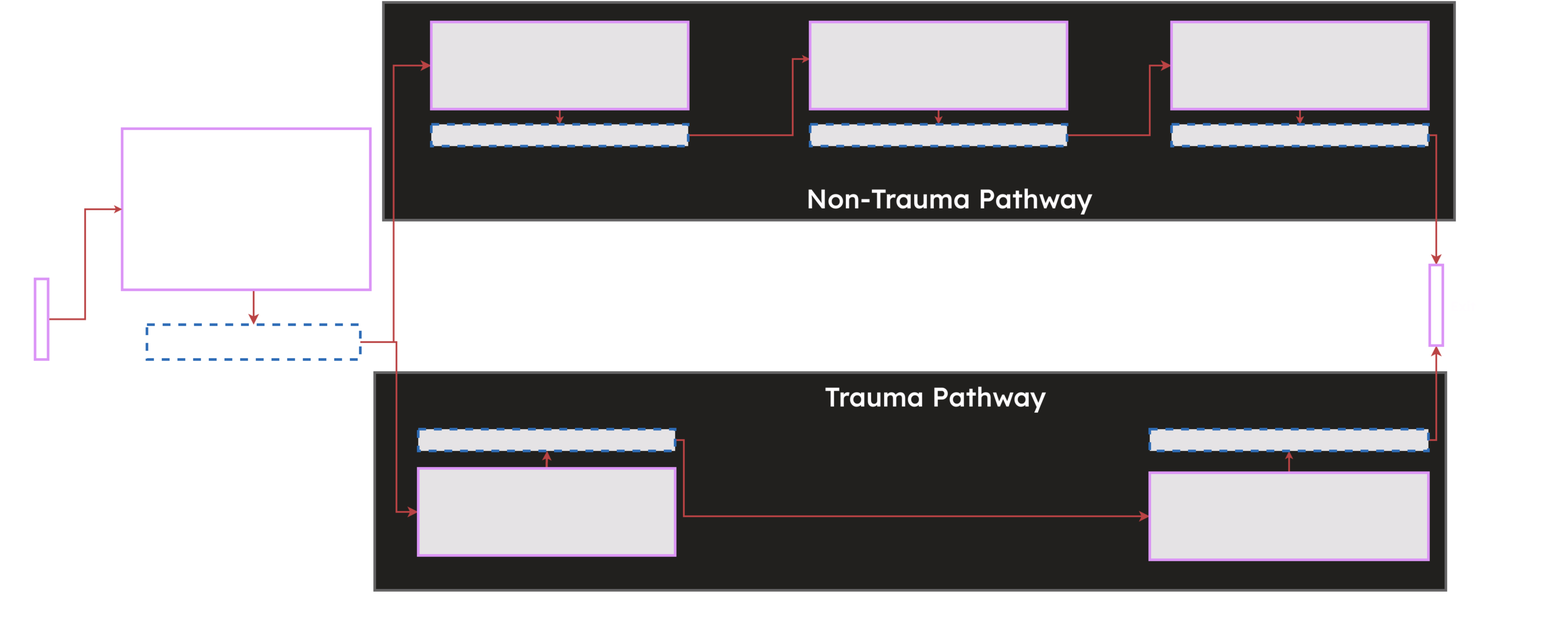
The draw.io diagram resources/Full Model Background Image - Horizontal Layout.drawio.png in hsma-programme/Teaching_DES_Concepts_Streamlit, before a commit. Source tidied: cells renumbered, new cells last; positions are measured from the earlier drawing's top-left corner, leaving out a move shared by most shapes.
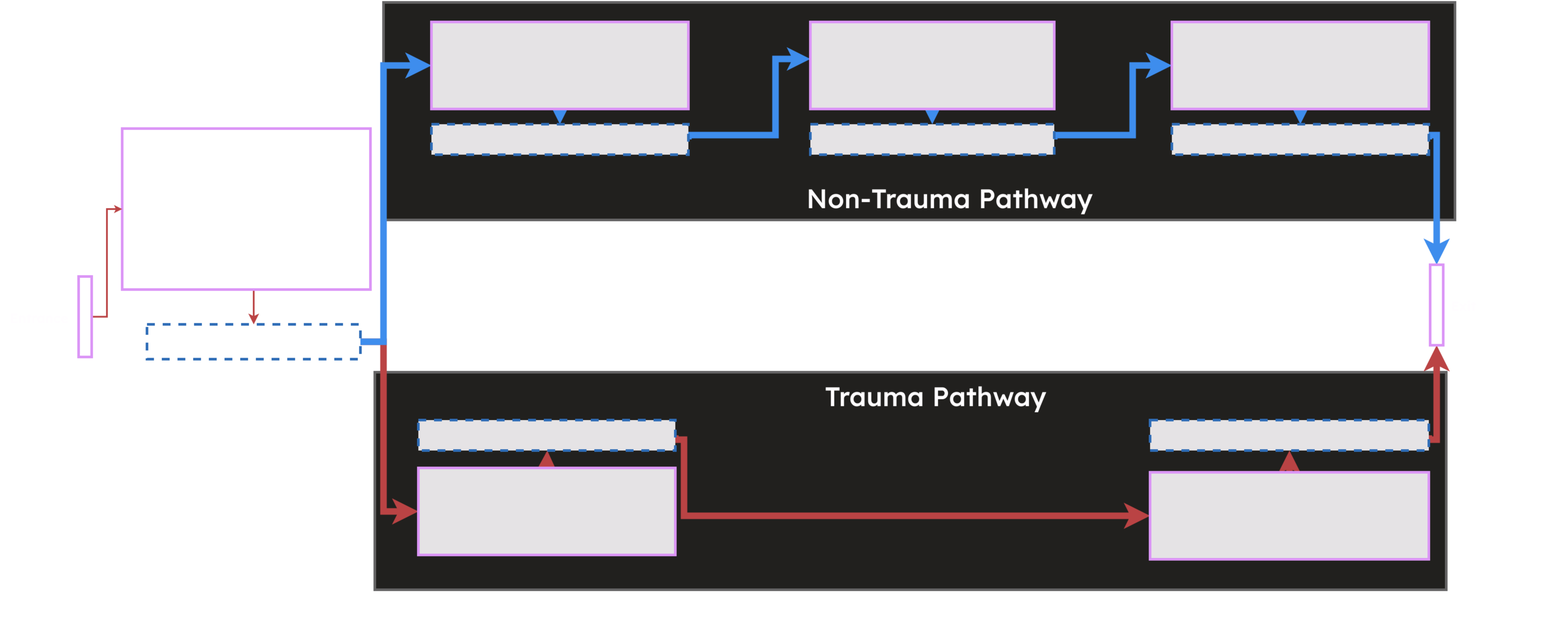
After the commit.

What changed in the source:
```diff
@@ -18,21 +18,26 @@
     <mxCell id="5" style="rounded=0;whiteSpace=wrap;html=1;fillColor=none;strokeColor=#813d9c;strokeWidth=6;" parent="1" vertex="1">
       <mxGeometry x="200" y="290" width="570" height="370" as="geometry" />
     </mxCell>
-    <mxCell id="6" style="edgeStyle=orthogonalEdgeStyle;rounded=0;jettySize=auto;html=1;exitX=1;exitY=0.5;exitDx=0;exitDy=0;entryX=0;entryY=0.5;entryDx=0;entryDy=0;strokeWidth=4;strokeColor=#FF8787;endSize=12;" parent="1" edge="1" source="8" target="10">
+    <mxCell id="6" style="edgeStyle=orthogonalEdgeStyle;rounded=0;jettySize=auto;html=1;exitX=1;exitY=0.5;exitDx=0;exitDy=0;entryX=0;entryY=0.5;entryDx=0;entryDy=0;strokeWidth=15;strokeColor=#FF8787;endSize=12;" parent="1" edge="1" source="8" target="10">
       <mxGeometry relative="1" as="geometry">
         <Array as="points">
-          <mxPoint x="830" y="780" />
-          <mxPoint x="830" y="1170" />
+          <mxPoint x="800" y="780" />
+          <mxPoint x="800" y="1170" />
         </Array>
       </mxGeometry>
     </mxCell>
-    <mxCell id="7" style="edgeStyle=orthogonalEdgeStyle;rounded=0;jettySize=auto;html=1;exitX=1;exitY=0.5;exitDx=0;exitDy=0;entryX=0;entryY=0.5;entryDx=0;entryDy=0;strokeWidth=4;strokeColor=#FF8787;endSize=12;" parent="1" edge="1" source="8" target="23">
-      <mxGeometry relative="1" as="geometry" />
+    <mxCell id="7" style="edgeStyle=orthogonalEdgeStyle;rounded=0;jettySize=auto;html=1;exitX=1;exitY=0.5;exitDx=0;exitDy=0;entryX=0;entryY=0.5;entryDx=0;entryDy=0;strokeWidth=15;strokeColor=#3584e4;endSize=12;" parent="1" edge="1" source="8" target="23">
+      <mxGeometry relative="1" as="geometry">
+        <Array as="points">
+          <mxPoint x="800" y="780" />
+          <mxPoint x="800" y="145" />
+        </Array>
+      </mxGeometry>
     </mxCell>
     <mxCell id="8" style="rounded=0;whiteSpace=wrap;html=1;fillColor=none;strokeColor=#62a0ea;strokeWidth=6;dashed=1;" parent="1" vertex="1">
       <mxGeometry x="257" y="740" width="490" height="80" as="geometry" />
     </mxCell>
-    <mxCell id="9" style="edgeStyle=orthogonalEdgeStyle;rounded=0;jettySize=auto;html=1;exitX=0.5;exitY=0;exitDx=0;exitDy=0;entryX=0.5;entryY=1;entryDx=0;entryDy=0;strokeWidth=5;strokeColor=#FF8787;" parent="1" edge="1" source="10" target="12">
+    <mxCell id="9" style="edgeStyle=orthogonalEdgeStyle;rounded=0;jettySize=auto;html=1;exitX=0.5;exitY=0;exitDx=0;exitDy=0;entryX=0.5;entryY=1;entryDx=0;entryDy=0;strokeWidth=15;strokeColor=#FF8787;" parent="1" edge="1" source="10" target="12">
       <mxGeometry relative="1" as="geometry">
         <Array as="points">
           <mxPoint x="1175" y="1060" />
@@ -43,7 +48,7 @@
     <mxCell id="10" style="rounded=0;whiteSpace=wrap;html=1;fillColor=#1A1A1A;strokeColor=#813d9c;strokeWidth=6;" parent="1" vertex="1">
       <mxGeometry x="880" y="1070" width="590" height="200" as="geometry" />
     </mxCell>
-    <mxCell id="11" style="edgeStyle=orthogonalEdgeStyle;rounded=0;jettySize=auto;html=1;exitX=1;exitY=0.5;exitDx=0;exitDy=0;entryX=0;entryY=0.5;entryDx=0;entryDy=0;strokeWidth=4;strokeColor=#FF8787;endSize=12;" parent="1" edge="1" source="12" target="16">
+    <mxCell id="11" style="edgeStyle=orthogonalEdgeStyle;rounded=0;jettySize=auto;html=1;exitX=1;exitY=0.5;exitDx=0;exitDy=0;entryX=0;entryY=0.5;entryDx=0;entryDy=0;strokeWidth=15;strokeColor=#FF8787;endSize=12;" parent="1" edge="1" source="12" target="16">
       <mxGeometry relative="1" as="geometry">
         <Array as="points">
           <mxPoint x="1490" y="1005" />
@@ -52,21 +57,21 @@
       </mxGeometry>
     </mxCell>
     <mxCell id="12" style="rounded=0;whiteSpace=wrap;html=1;fillColor=#1A1A1A;strokeColor=#62a0ea;strokeWidth=6;dashed=1;" parent="1" vertex="1">
-      <mxGeometry x="880" y="980" width="590" height="50" as="geometry" />
+      <mxGeometry x="880" y="960" width="590" height="70" as="geometry" />
     </mxCell>
     <mxCell id="13" style="edgeStyle=orthogonalEdgeStyle;rounded=0;jettySize=auto;html=1;exitX=1;exitY=0.5;exitDx=0;exitDy=0;entryX=0;entryY=0.5;entryDx=0;entryDy=0;strokeWidth=4;strokeColor=#FF8787;" parent="1" edge="1" source="14" target="5">
       <mxGeometry relative="1" as="geometry" />
     </mxCell>
     <mxCell id="14" style="rounded=0;whiteSpace=wrap;html=1;fillColor=none;strokeColor=#813d9c;strokeWidth=6;" parent="1" vertex="1">
-      <mxGeometry y="635" width="30" height="185" as="geometry" />
+      <mxGeometry x="100" y="630" width="30" height="185" as="geometry" />
     </mxCell>
-    <mxCell id="15" style="edgeStyle=orthogonalEdgeStyle;rounded=0;jettySize=auto;html=1;exitX=0.5;exitY=0;exitDx=0;exitDy=0;entryX=0.5;entryY=1;entryDx=0;entryDy=0;strokeWidth=4;strokeColor=#FF8787;" parent="1" edge="1" source="16" target="18">
+    <mxCell id="15" style="edgeStyle=orthogonalEdgeStyle;rounded=0;jettySize=auto;html=1;exitX=0.5;exitY=0;exitDx=0;exitDy=0;entryX=0.5;entryY=1;entryDx=0;entryDy=0;strokeWidth=15;strokeColor=#FF8787;" parent="1" edge="1" source="16" target="18">
       <mxGeometry relative="1" as="geometry" />
     </mxCell>
     <mxCell id="16" style="rounded=0;whiteSpace=wrap;html=1;fillColor=#1A1A1A;strokeColor=#813d9c;strokeWidth=6;" parent="1" vertex="1">
       <mxGeometry x="2560" y="1080" width="640" height="200" as="geometry" />
     </mxCell>
-    <mxCell id="17" style="edgeStyle=orthogonalEdgeStyle;rounded=0;jettySize=auto;html=1;exitX=1;exitY=0.5;exitDx=0;exitDy=0;entryX=0.5;entryY=1;entryDx=0;entryDy=0;strokeWidth=4;strokeColor=#FF8787;endSize=12;" parent="1" edge="1" source="18" target="33">
+    <mxCell id="17" style="edgeStyle=orthogonalEdgeStyle;rounded=0;jettySize=auto;html=1;exitX=1;exitY=0.5;exitDx=0;exitDy=0;entryX=0.5;entryY=1;entryDx=0;entryDy=0;strokeWidth=15;strokeColor=#FF8787;endSize=12;" parent="1" edge="1" source="18" target="33">
       <mxGeometry relative="1" as="geometry">
         <Array as="points">
           <mxPoint x="3218" y="1005" />
@@ -74,7 +79,7 @@
       </mxGeometry>
     </mxCell>
     <mxCell id="18" style="rounded=0;whiteSpace=wrap;html=1;fillColor=#1A1A1A;strokeColor=#62a0ea;strokeWidth=6;dashed=1;" parent="1" vertex="1">
-      <mxGeometry x="2560" y="980" width="640" height="50" as="geometry" />
+      <mxGeometry x="2560" y="960" width="640" height="70" as="geometry" />
     </mxCell>
     <mxCell id="19" value="&lt;font style=&quot;font-size: 60px;&quot; face=&quot;Lexend&quot;&gt;&lt;b style=&quot;font-size: 60px;&quot;&gt;Non-Trauma Pathway&lt;/b&gt;&lt;br style=&quot;font-size: 60px;&quot;&gt;&lt;/font&gt;" style="text;html=1;strokeColor=none;fillColor=none;align=center;verticalAlign=middle;whiteSpace=wrap;rounded=0;fontSize=60;" parent="1" vertex="1">
       <mxGeometry x="1060" y="440" width="2080" height="30" as="geometry" />
@@ -82,47 +87,47 @@
     <mxCell id="20" value="&lt;font style=&quot;font-size: 60px;&quot;&gt;&lt;b style=&quot;font-size: 60px;&quot;&gt;Trauma Pathway&lt;/b&gt;&lt;br style=&quot;font-size: 60px;&quot;&gt;&lt;/font&gt;" style="text;html=1;strokeColor=none;fillColor=none;align=center;verticalAlign=middle;whiteSpace=wrap;rounded=0;fontSize=60;fontFamily=Lexend;fontSource=https%3A%2F%2Ffonts.googleapis.com%2Fcss%3Ffamily%3DLexend;" parent="1" vertex="1">
       <mxGeometry x="990" y="890" width="2156" height="30" as="geometry" />
     </mxCell>
-    <mxCell id="21" style="edgeStyle=orthogonalEdgeStyle;rounded=0;jettySize=auto;html=1;exitX=1;exitY=0.5;exitDx=0;exitDy=0;entryX=0;entryY=0.425;entryDx=0;entryDy=0;strokeWidth=4;strokeColor=#FF8787;entryPerimeter=0;" parent="1" edge="1" source="24" target="26">
+    <mxCell id="21" style="edgeStyle=orthogonalEdgeStyle;rounded=0;jettySize=auto;html=1;exitX=1;exitY=0.5;exitDx=0;exitDy=0;entryX=0;entryY=0.425;entryDx=0;entryDy=0;strokeWidth=15;strokeColor=#3584e4;entryPerimeter=0;" parent="1" edge="1" source="24" target="26">
       <mxGeometry relative="1" as="geometry">
         <Array as="points">
-          <mxPoint x="1740" y="305" />
-          <mxPoint x="1740" y="130" />
+          <mxPoint x="1700" y="305" />
+          <mxPoint x="1700" y="130" />
         </Array>
       </mxGeometry>
     </mxCell>
-    <mxCell id="22" style="edgeStyle=orthogonalEdgeStyle;rounded=0;jettySize=auto;html=1;exitX=0.5;exitY=1;exitDx=0;exitDy=0;entryX=0.5;entryY=0;entryDx=0;entryDy=0;strokeWidth=4;strokeColor=#FF8787;" parent="1" edge="1" source="23" target="24">
+    <mxCell id="22" style="edgeStyle=orthogonalEdgeStyle;rounded=0;jettySize=auto;html=1;exitX=0.5;exitY=1;exitDx=0;exitDy=0;entryX=0.5;entryY=0;entryDx=0;entryDy=0;strokeWidth=15;strokeColor=#3584e4;" parent="1" edge="1" source="23" target="24">
       <mxGeometry relative="1" as="geometry" />
     </mxCell>
     <mxCell id="23" style="rounded=0;whiteSpace=wrap;html=1;fillColor=#1A1A1A;strokeColor=#813d9c;strokeWidth=6;" parent="1" vertex="1">
       <mxGeometry x="910" y="45" width="590" height="200" as="geometry" />
     </mxCell>
     <mxCell id="24" style="rounded=0;whiteSpace=wrap;html=1;fillColor=#1A1A1A;strokeColor=#62a0ea;strokeWidth=6;dashed=1;" parent="1" vertex="1">
-      <mxGeometry x="910" y="280" width="590" height="50" as="geometry" />
+      <mxGeometry x="910" y="280" width="590" height="70" as="geometry" />
     </mxCell>
-    <mxCell id="25" style="edgeStyle=orthogonalEdgeStyle;rounded=0;jettySize=auto;html=1;exitX=0.5;exitY=1;exitDx=0;exitDy=0;entryX=0.5;entryY=0;entryDx=0;entryDy=0;strokeWidth=4;strokeColor=#FF8787;" parent="1" edge="1" source="26" target="28">
+    <mxCell id="25" style="edgeStyle=orthogonalEdgeStyle;rounded=0;jettySize=auto;html=1;exitX=0.5;exitY=1;exitDx=0;exitDy=0;entryX=0.5;entryY=0;entryDx=0;entryDy=0;strokeWidth=15;strokeColor=#3584e4;" parent="1" edge="1" source="26" target="28">
       <mxGeometry relative="1" as="geometry" />
     </mxCell>
     <mxCell id="26" style="rounded=0;whiteSpace=wrap;html=1;fillColor=#1A1A1A;strokeColor=#813d9c;strokeWidth=6;" parent="1" vertex="1">
-      <mxGeometry x="1780" y="45" width="590" height="200" as="geometry" />
+      <mxGeometry x="1780" y="45" width="560" height="200" as="geometry" />
     </mxCell>
-    <mxCell id="27" style="edgeStyle=orthogonalEdgeStyle;rounded=0;jettySize=auto;html=1;exitX=1;exitY=0.5;exitDx=0;exitDy=0;entryX=0;entryY=0.5;entryDx=0;entryDy=0;strokeWidth=4;strokeColor=#FF8787;endSize=12;" parent="1" edge="1" source="28" target="30">
+    <mxCell id="27" style="edgeStyle=orthogonalEdgeStyle;rounded=0;jettySize=auto;html=1;exitX=1;exitY=0.5;exitDx=0;exitDy=0;entryX=0;entryY=0.5;entryDx=0;entryDy=0;strokeWidth=15;strokeColor=#3584e4;endSize=12;" parent="1" edge="1" source="28" target="30">
       <mxGeometry relative="1" as="geometry">
         <Array as="points">
-          <mxPoint x="2560" y="305" />
-          <mxPoint x="2560" y="145" />
+          <mxPoint x="2520" y="305" />
+          <mxPoint x="2520" y="145" />
         </Array>
       </mxGeometry>
     </mxCell>
     <mxCell id="28" style="rounded=0;whiteSpace=wrap;html=1;fillColor=#1A1A1A;strokeColor=#62a0ea;strokeWidth=6;dashed=1;" parent="1" vertex="1">
-      <mxGeometry x="1780" y="280" width="590" height="50" as="geometry" />
+      <mxGeometry x="1780" y="280" width="560" height="70" as="geometry" />
     </mxCell>
-    <mxCell id="29" style="edgeStyle=orthogonalEdgeStyle;rounded=0;jettySize=auto;html=1;exitX=0.5;exitY=1;exitDx=0;exitDy=0;entryX=0.5;entryY=0;entryDx=0;entryDy=0;strokeWidth=4;strokeColor=#FF8787;" parent="1" edge="1" source="30" target="32">
+    <mxCell id="29" style="edgeStyle=orthogonalEdgeStyle;rounded=0;jettySize=auto;html=1;exitX=0.5;exitY=1;exitDx=0;exitDy=0;entryX=0.5;entryY=0;entryDx=0;entryDy=0;strokeWidth=15;strokeColor=#3584e4;" parent="1" edge="1" source="30" target="32">
       <mxGeometry relative="1" as="geometry" />
     </mxCell>
     <mxCell id="30" style="rounded=0;whiteSpace=wrap;html=1;fillColor=#1A1A1A;strokeColor=#813d9c;strokeWidth=6;" parent="1" vertex="1">
       <mxGeometry x="2610" y="45" width="590" height="200" as="geometry" />
     </mxCell>
-    <mxCell id="31" style="edgeStyle=orthogonalEdgeStyle;rounded=0;jettySize=auto;html=1;exitX=1;exitY=0.5;exitDx=0;exitDy=0;entryX=0.5;entryY=0;entryDx=0;entryDy=0;strokeWidth=4;strokeColor=#FF8787;endSize=12;" parent="1" edge="1" source="32" target="33">
+    <mxCell id="31" style="edgeStyle=orthogonalEdgeStyle;rounded=0;jettySize=auto;html=1;exitX=1;exitY=0.5;exitDx=0;exitDy=0;entryX=0.5;entryY=0;entryDx=0;entryDy=0;strokeWidth=15;strokeColor=#3584e4;endSize=12;" parent="1" edge="1" source="32" target="33">
       <mxGeometry relative="1" as="geometry">
         <Array as="points">
           <mxPoint x="3218" y="305" />
@@ -130,7 +135,7 @@
       </mxGeometry>
     </mxCell>
     <mxCell id="32" style="rounded=0;whiteSpace=wrap;html=1;fillColor=#1A1A1A;strokeColor=#62a0ea;strokeWidth=6;dashed=1;" parent="1" vertex="1">
-      <mxGeometry x="2610" y="280" width="590" height="50" as="geometry" />
+      <mxGeometry x="2610" y="280" width="590" height="70" as="geometry" />
     </mxCell>
     <mxCell id="33" style="rounded=0;whiteSpace=wrap;html=1;fillColor=none;strokeColor=#813d9c;strokeWidth=6;" parent="1" vertex="1">
       <mxGeometry x="3203" y="603" width="30" height="185" as="geometry" />
@@ -138,5 +143,8 @@
     <mxCell id="34" value="&lt;font style=&quot;font-size: 30px;&quot; face=&quot;Lexend&quot;&gt;&lt;b&gt;Exit&lt;/b&gt;&lt;/font&gt;" style="text;html=1;strokeColor=none;fillColor=none;align=center;verticalAlign=middle;whiteSpace=wrap;rounded=0;fontSize=60;" parent="1" vertex="1">
       <mxGeometry x="3200" y="660" width="160" height="70" as="geometry" />
     </mxCell>
+    <mxCell id="35" value="&lt;font size=&quot;1&quot; face=&quot;Lexend&quot;&gt;&lt;b style=&quot;font-size: 30px;&quot;&gt;Entrance&lt;/b&gt;&lt;/font&gt;" style="text;html=1;strokeColor=none;fillColor=none;align=center;verticalAlign=middle;whiteSpace=wrap;rounded=0;fontSize=60;strokeWidth=30;" parent="1" vertex="1">
+      <mxGeometry x="-70" y="687.5" width="160" height="70" as="geometry" />
+    </mxCell>
   </root>
 </mxGraphModel>
```
